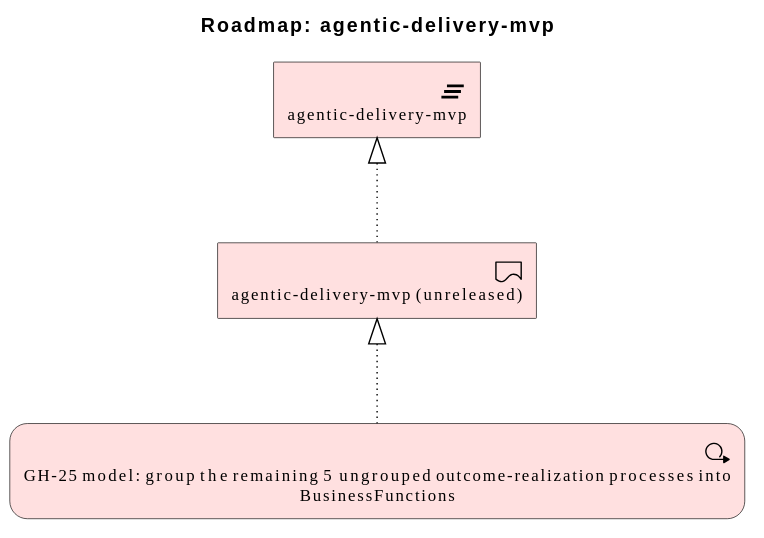
wolffy-au/frictionless-architect keeps this PlantUML diagram as architecture/model/diagrams/migration/plat-agentic-delivery-mvp-3.svg. Above is the earlier version.
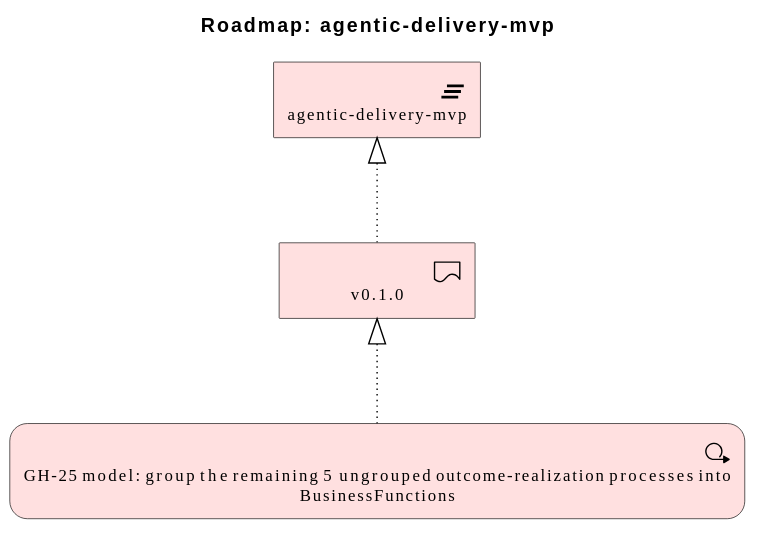
After the commit.

The edit, as a diff of the source:
```diff
@@ -3,10 +3,10 @@
 
 title Roadmap: agentic-delivery-mvp
 
-Implementation_Deliverable(e_id4cc303f180c551, "agentic-delivery-mvp (unreleased)")
+Implementation_Deliverable(e_id314ed2487dd05b, "v0.1.0")
 Implementation_Plateau(e_idc934b858568255, "agentic-delivery-mvp")
 Implementation_WorkPackage(e_idd1979fe2c3d35b, "GH-25 model: group the remaining 5 ungrouped outcome-realization processes into BusinessFunctions")
 
-Rel_Realization_Up(e_id4cc303f180c551, e_idc934b858568255, "")
-Rel_Realization_Up(e_idd1979fe2c3d35b, e_id4cc303f180c551, "")
+Rel_Realization_Up(e_id314ed2487dd05b, e_idc934b858568255, "")
+Rel_Realization_Up(e_idd1979fe2c3d35b, e_id314ed2487dd05b, "")
 @enduml
```
